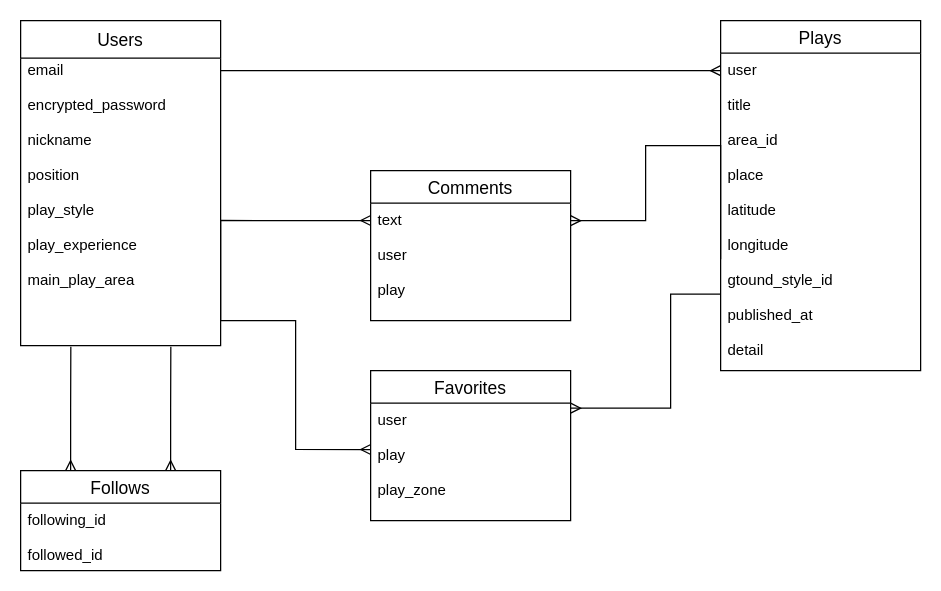
Earlier version of the draw.io diagram さかともER.dio (ackey-getup/sakatomo). Source tidied: cells renumbered, new cells numbered last; positions are measured from the earlier drawing's top-left corner, leaving out a move shared by most shapes. Both pictures are drawn from the tidied source at 125%, with x=0, y=0 at pixel (20, 20).
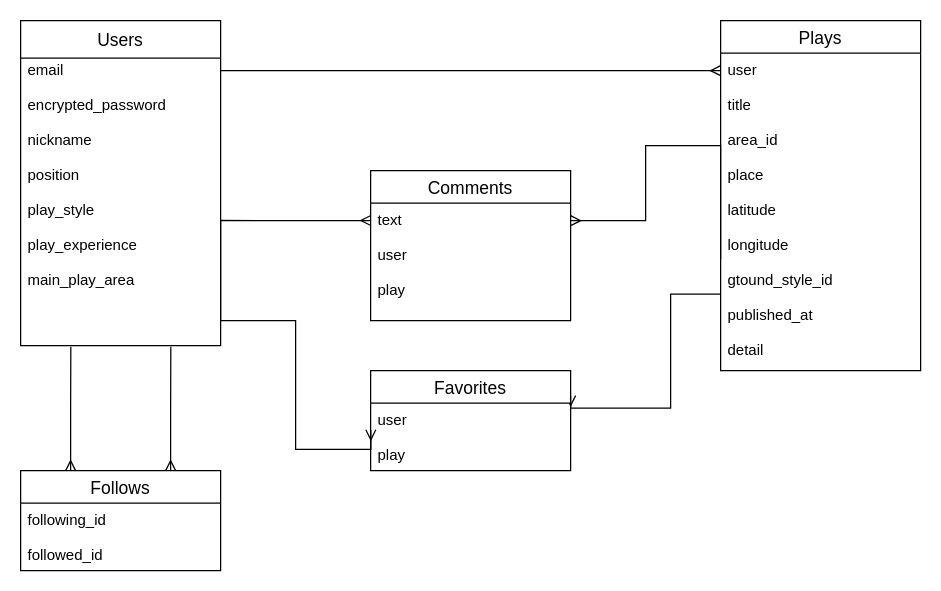
The same diagram, later.

Change to the diagram source:
```diff
@@
     <mxCell id="14" value="Favorites" style="swimlane;fontStyle=0;horizontal=1;startSize=26;align=center;fontSize=14;" parent="1" vertex="1">
-      <mxGeometry x="280" y="280" width="160" height="120" as="geometry" />
+      <mxGeometry x="280" y="280" width="160" height="80" as="geometry" />
     </mxCell>
-    <mxCell id="15" value="user&#10;&#10;play&#10;&#10;play_zone" style="text;strokeColor=none;fillColor=none;spacingLeft=4;spacingRight=4;overflow=hidden;points=[[0,0.5],[1,0.5]];portConstraint=eastwest;fontSize=12;" parent="14" vertex="1">
-      <mxGeometry y="26" width="160" height="94" as="geometry" />
+    <mxCell id="15" value="user&#10;&#10;play" style="text;strokeColor=none;fillColor=none;spacingLeft=4;spacingRight=4;overflow=hidden;points=[[0,0.5],[1,0.5]];portConstraint=eastwest;fontSize=12;" parent="14" vertex="1">
+      <mxGeometry y="26" width="160" height="54" as="geometry" />
     </mxCell>
```
